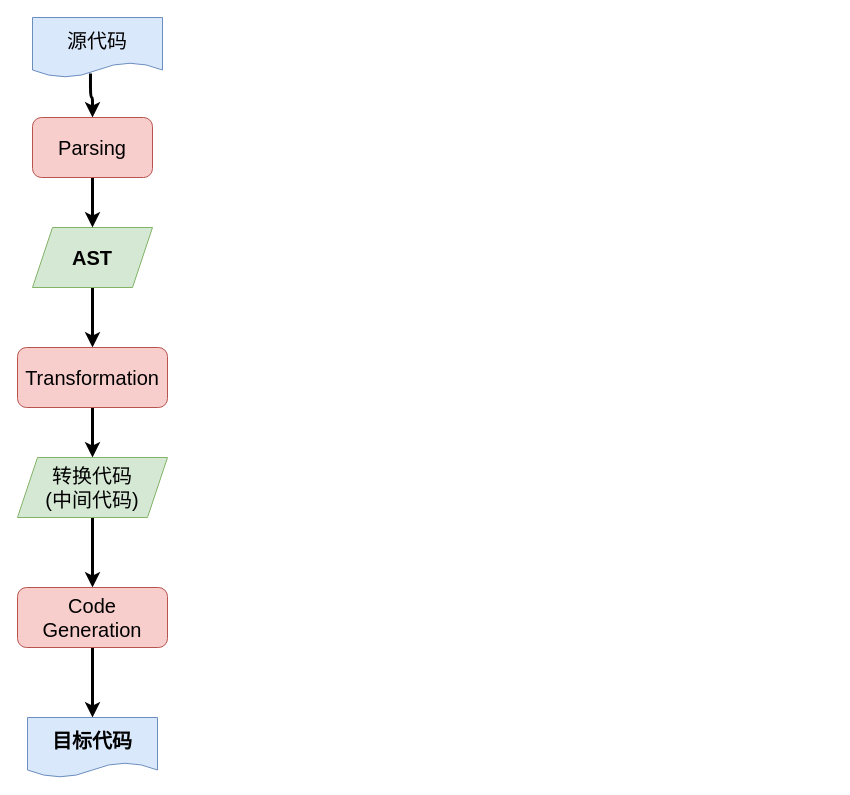
fanxiaowei/Pic keeps this draw.io diagram as browser_how_to_work/complier.drawio. Above is the earlier version. Source tidied: cells renumbered, new cells numbered last; positions are measured from the earlier drawing's top-left corner, leaving out a move shared by most shapes. Both pictures are drawn from the tidied source at 100%, with x=0, y=0 at pixel (17, 17).
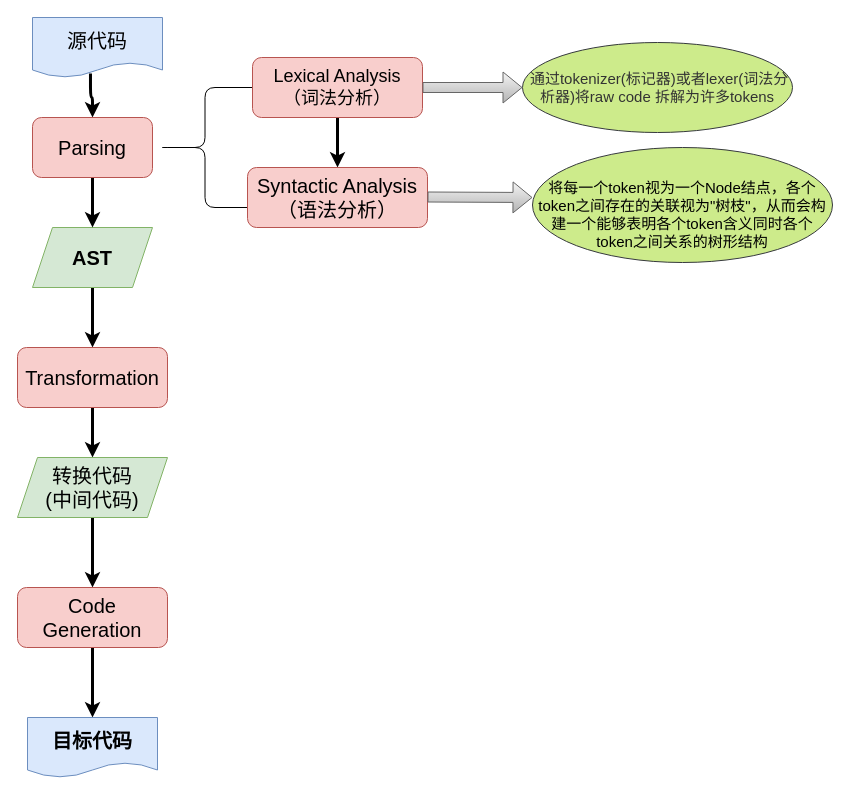
Above is the later version.

Diff of the diagram source:
```diff
@@
+    <mxCell id="15" style="shape=curlyBracket;whiteSpace=wrap;html=1;rounded=1;" parent="1" vertex="1">
+      <mxGeometry x="140" y="70" width="95" height="120" as="geometry" />
+    </mxCell>
+    <mxCell id="16" style="edgeStyle=orthogonalEdgeStyle;rounded=0;jettySize=auto;html=1;strokeWidth=3;" parent="1" edge="1" source="17" target="18">
+      <mxGeometry relative="1" as="geometry" />
+    </mxCell>
+    <mxCell id="17" value="&lt;font style=&quot;font-size: 18px&quot;&gt;Lexical Analysis&lt;br&gt;（词法分析）&lt;br&gt;&lt;/font&gt;" style="rounded=1;whiteSpace=wrap;html=1;fillColor=#f8cecc;strokeColor=#b85450;" parent="1" vertex="1">
+      <mxGeometry x="235" y="40" width="170" height="60" as="geometry" />
+    </mxCell>
+    <mxCell id="18" value="&lt;font style=&quot;font-size: 20px&quot;&gt;Syntactic Analysis&lt;br&gt;（语法分析）&lt;br&gt;&lt;/font&gt;" style="rounded=1;whiteSpace=wrap;html=1;fillColor=#f8cecc;strokeColor=#b85450;" parent="1" vertex="1">
+      <mxGeometry x="230" y="150" width="180" height="60" as="geometry" />
+    </mxCell>
+    <mxCell id="19" value="&lt;span style=&quot;color: rgb(51 , 51 , 51) ; font-size: 15px ; text-align: left&quot;&gt;&amp;nbsp;通过tokenizer(标记器)或者lexer(词法分析器)将raw code 拆解为许多tokens&lt;/span&gt;" style="ellipse;whiteSpace=wrap;html=1;fillColor=#cdeb8b;strokeColor=#36393d;" parent="1" vertex="1">
+      <mxGeometry x="505" y="25" width="270" height="90" as="geometry" />
+    </mxCell>
+    <mxCell id="20" value="&lt;div style=&quot;text-align: left&quot;&gt;&lt;span style=&quot;font-size: 15px&quot;&gt;&amp;nbsp; &amp;nbsp; &amp;nbsp; &amp;nbsp;&amp;nbsp;&lt;/span&gt;&lt;/div&gt;&lt;span style=&quot;font-size: 15px ; text-align: left&quot;&gt;将每一个token视为一个Node结点，各个token之间存在的关联视为&quot;树枝&quot;，从而会构建一个能够表明各个token含义同时各个token之间关系的树形结构&lt;/span&gt;" style="ellipse;whiteSpace=wrap;html=1;fillColor=#cdeb8b;strokeColor=#36393d;" parent="1" vertex="1">
+      <mxGeometry x="515" y="130" width="300" height="115" as="geometry" />
+    </mxCell>
+    <mxCell id="21" style="shape=flexArrow;endArrow=classic;html=1;entryX=0;entryY=0.5;entryDx=0;entryDy=0;exitX=1;exitY=0.5;exitDx=0;exitDy=0;fillColor=#f5f5f5;strokeColor=#666666;gradientColor=#b3b3b3;" parent="1" edge="1" source="17" target="19">
+      <mxGeometry relative="1" as="geometry" />
+    </mxCell>
+    <mxCell id="22" style="shape=flexArrow;endArrow=classic;html=1;exitX=1;exitY=0.5;exitDx=0;exitDy=0;fillColor=#f5f5f5;strokeColor=#666666;gradientColor=#b3b3b3;" parent="1" edge="1">
+      <mxGeometry relative="1" as="geometry">
+        <mxPoint x="410" y="179.5" as="sourcePoint" />
+        <mxPoint x="515" y="180" as="targetPoint" />
+      </mxGeometry>
+    </mxCell>
```
